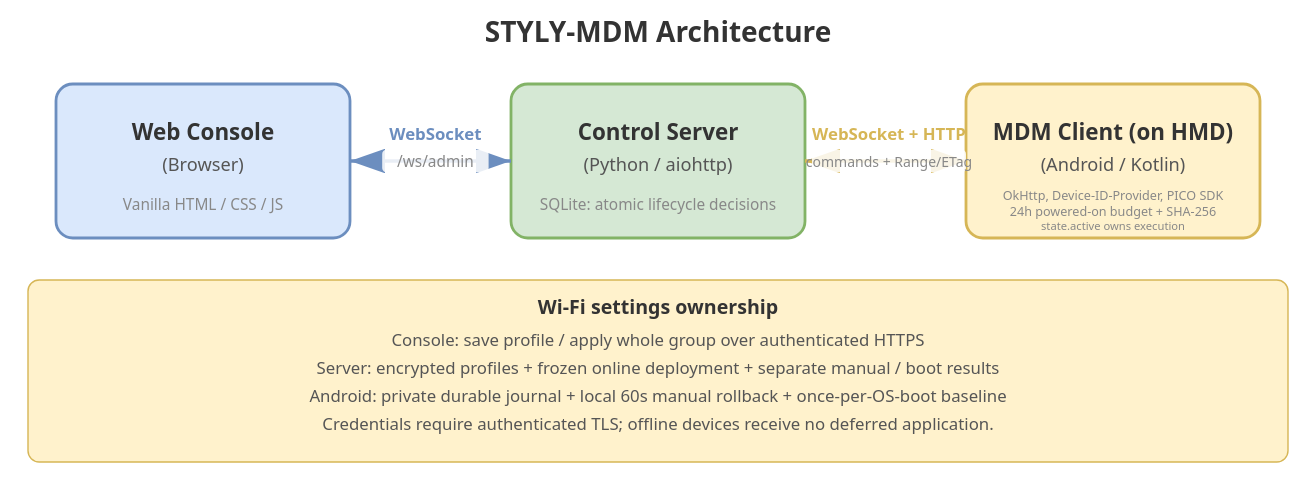
This is docs/architecture.drawio.svg from styly-dev/STYLY-MDM, a draw.io export, as it was before one commit. Source tidied: cells renumbered, new cells last; positions are measured from the earlier drawing's top-left corner, leaving out a move shared by most shapes.
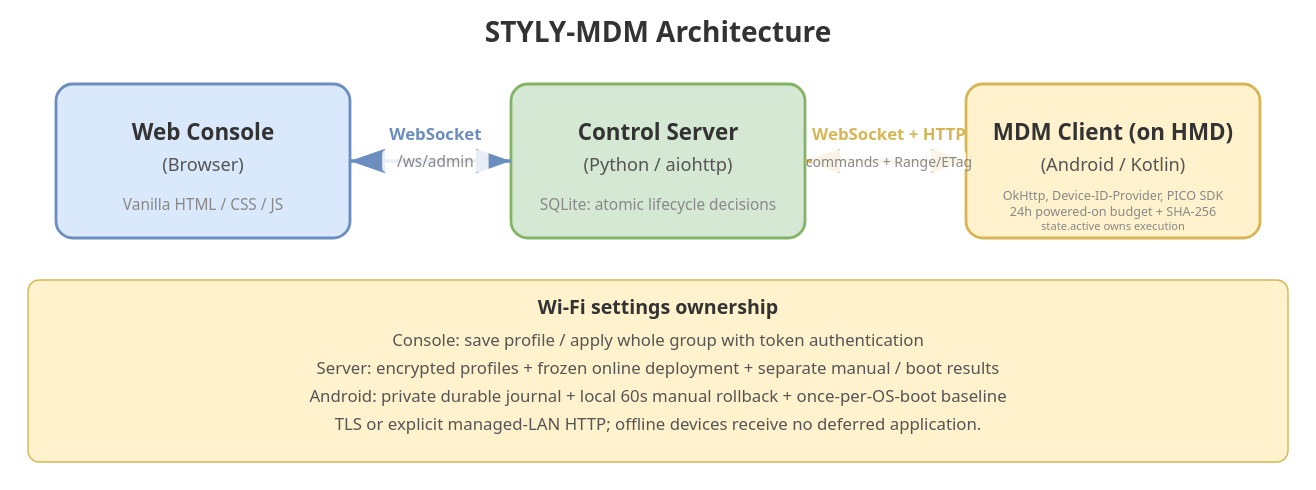
After the change.

Diff of the diagram source:
```diff
@@ -44,7 +44,7 @@
     <mxCell id="15" value="&lt;font style=&quot;font-size:16px&quot;&gt;&lt;b&gt;STYLY-MDM Architecture&lt;/b&gt;&lt;/font&gt;" style="text;html=1;align=center;verticalAlign=middle;" parent="1" vertex="1">
       <mxGeometry x="330" width="240" height="40" as="geometry" />
     </mxCell>
-    <mxCell id="16" value="&lt;b&gt;Wi-Fi settings ownership&lt;/b&gt;&lt;br&gt;Console: save profile / apply whole group over authenticated HTTPS&lt;br&gt;Server: encrypted profiles + frozen online deployment + separate manual / boot results&lt;br&gt;Android: private durable journal + local 60s manual rollback + once-per-OS-boot baseline&lt;br&gt;Credentials require authenticated TLS; offline devices receive no deferred application." style="rounded=1;whiteSpace=wrap;html=1;fillColor=#fff2cc;strokeColor=#d6b656;fontSize=12;align=center;" parent="1" vertex="1">
+    <mxCell id="16" value="&lt;b&gt;Wi-Fi settings ownership&lt;/b&gt;&lt;br&gt;Console: save profile / apply whole group with token authentication&lt;br&gt;Server: encrypted profiles + frozen online deployment + separate manual / boot results&lt;br&gt;Android: private durable journal + local 60s manual rollback + once-per-OS-boot baseline&lt;br&gt;TLS or explicit managed-LAN HTTP; offline devices receive no deferred application." style="rounded=1;whiteSpace=wrap;html=1;fillColor=#fff2cc;strokeColor=#d6b656;fontSize=12;align=center;" parent="1" vertex="1">
       <mxGeometry y="180" width="900" height="130" as="geometry" />
     </mxCell>
   </root>
```
